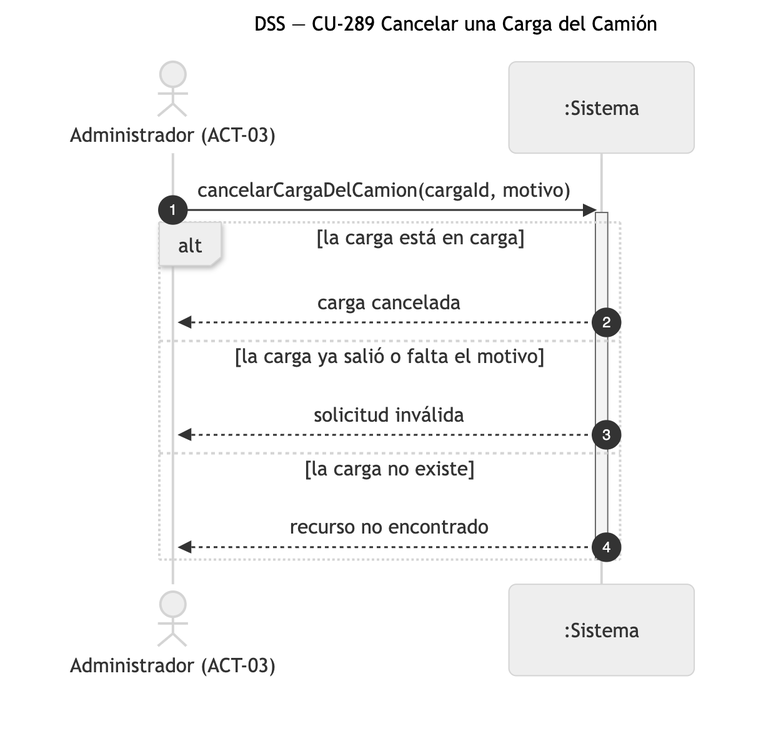
This is diagramas/png/DSS_CU-289_Cancelar-una-Carga-del-Camion.png from Nahuelito-Dev/splg-docs, a Mermaid export, as it was before one commit. Its source is kept beside it as diagramas/DSS_CU-289_Cancelar-una-Carga-del-Camion.mmd.
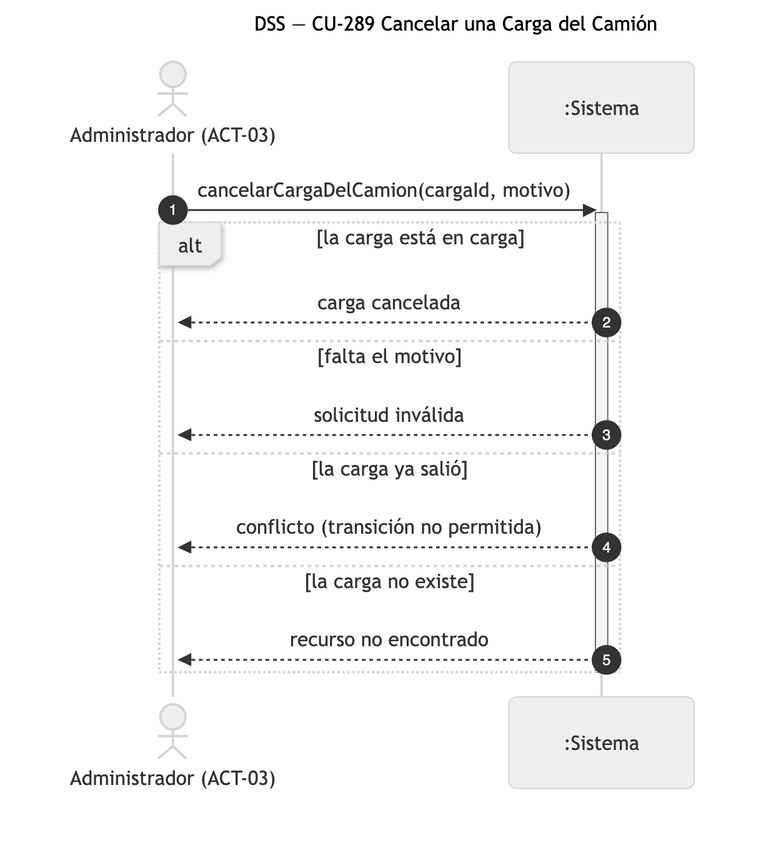
The same file after the commit.

What changed in the source:
```diff
@@ -8,8 +8,10 @@
     activate SIS
     alt la carga está en carga
         SIS-->>ADM: carga cancelada
-    else la carga ya salió o falta el motivo
+    else falta el motivo
         SIS-->>ADM: solicitud inválida
+    else la carga ya salió
+        SIS-->>ADM: conflicto (transición no permitida)
     else la carga no existe
         SIS-->>ADM: recurso no encontrado
     end
```
